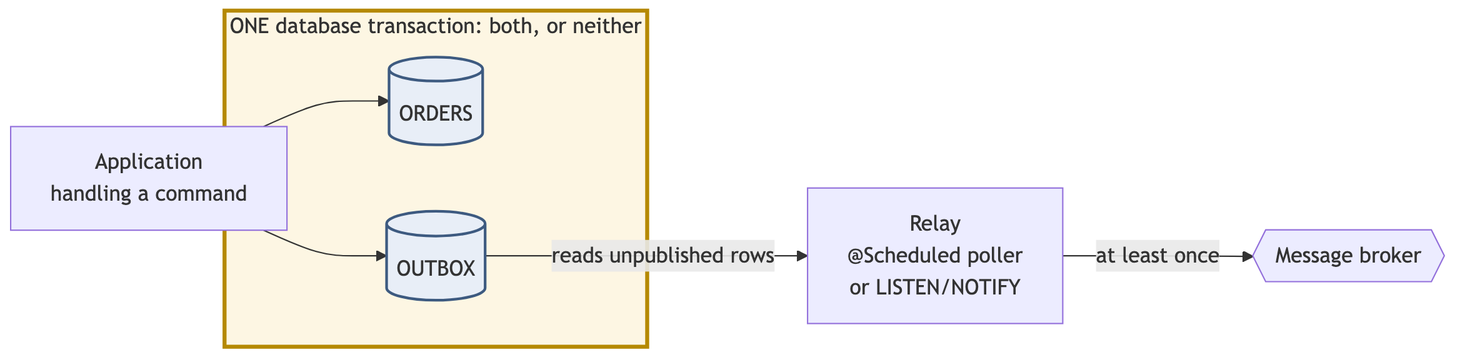
maldins46/comepaolo-blog-v2 keeps this Mermaid diagram as assets/article_images/2026-08-21-from-cqrs-to-event-driven-architecture/05-outbox.png. Above is the earlier version. Its source is kept beside it as assets/article_images/2026-08-21-from-cqrs-to-event-driven-architecture/05-outbox.mmd.
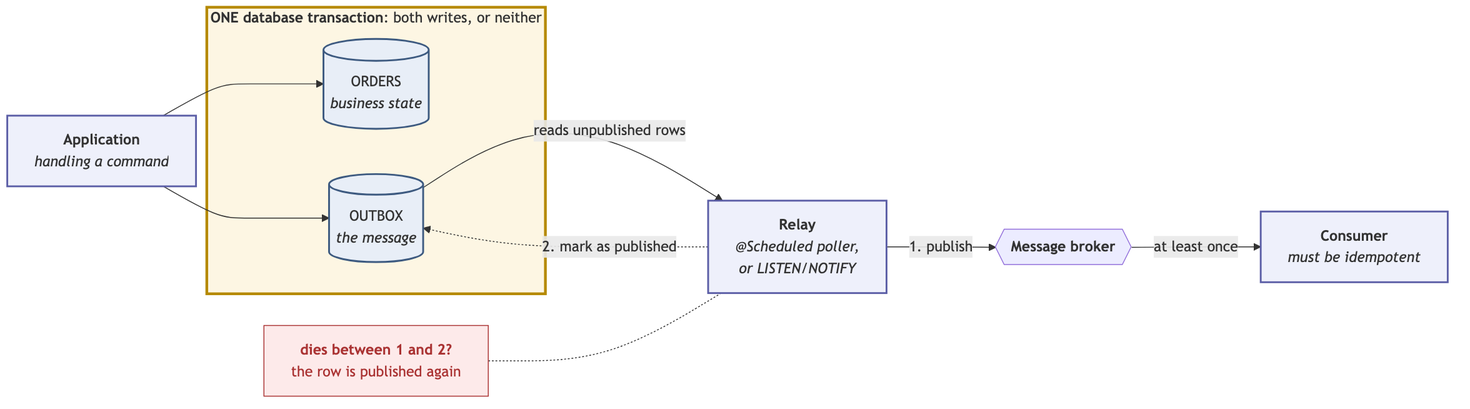
After the change.

Commit message:
fix: Updated and optimized diagrams

Diff of the diagram source:
```diff
@@ -1,18 +1,29 @@
 flowchart LR
-  APP["Application<br/>handling a command"]
+  APP["<b>Application</b><br/><i>handling a command</i>"]
 
-  subgraph TX["ONE database transaction: both, or neither"]
+  subgraph TX["<b>ONE database transaction</b>: both writes, or neither"]
     direction TB
-    T1[("ORDERS")]
-    T2[("OUTBOX")]
+    T1[("ORDERS<br/><i>business state</i>")]
+    T2[("OUTBOX<br/><i>the message</i>")]
   end
+
+  REL["<b>Relay</b><br/><i>@Scheduled poller,<br/>or LISTEN/NOTIFY</i>"]
+  BR{{"<b>Message broker</b>"}}
+  CON["<b>Consumer</b><br/><i>must be idempotent</i>"]
+  X["<b>dies between 1 and 2?</b><br/>the row is published again"]
 
   APP --> T1
   APP --> T2
-  T2 -->|reads unpublished rows| REL["Relay<br/>@Scheduled poller<br/>or LISTEN/NOTIFY"]
-  REL -->|at least once| BR{{"Message broker"}}
+  T2 -->|reads unpublished rows| REL
+  REL -->|1. publish| BR
+  REL -.->|2. mark as published| T2
+  BR -->|at least once| CON
+  X -.- REL
 
   classDef store fill:#e8eef7,stroke:#3d5a80,stroke-width:2px
-  classDef tx fill:#fdf6e3,stroke:#b58900,stroke-width:3px
+  classDef comp fill:#eef0fb,stroke:#5b5ea6,stroke-width:2px
+  classDef warn fill:#fdeaea,stroke:#a33,stroke-width:1px,color:#a33
   class T1,T2 store
+  class APP,REL,CON comp
+  class X warn
   style TX fill:#fdf6e3,stroke:#b58900,stroke-width:3px
```
